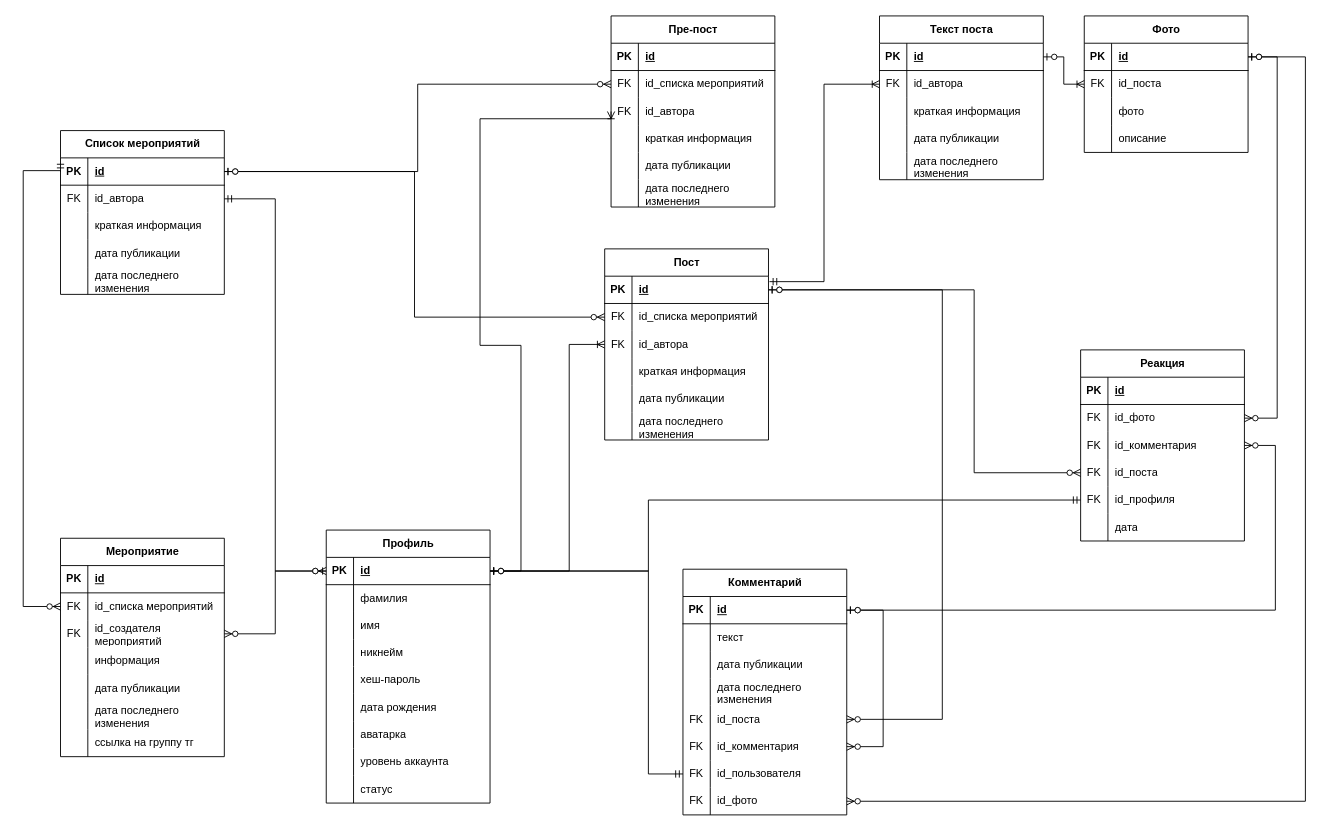
This is База данных.drawio from Twinsiller/-, a draw.io file, before an edit. Source tidied: cells renumbered, new cells numbered last; positions are measured from the earlier drawing's top-left corner, leaving out a move shared by most shapes. Both pictures are drawn from the tidied source at 91%, with x=0, y=0 at pixel (23, 15).
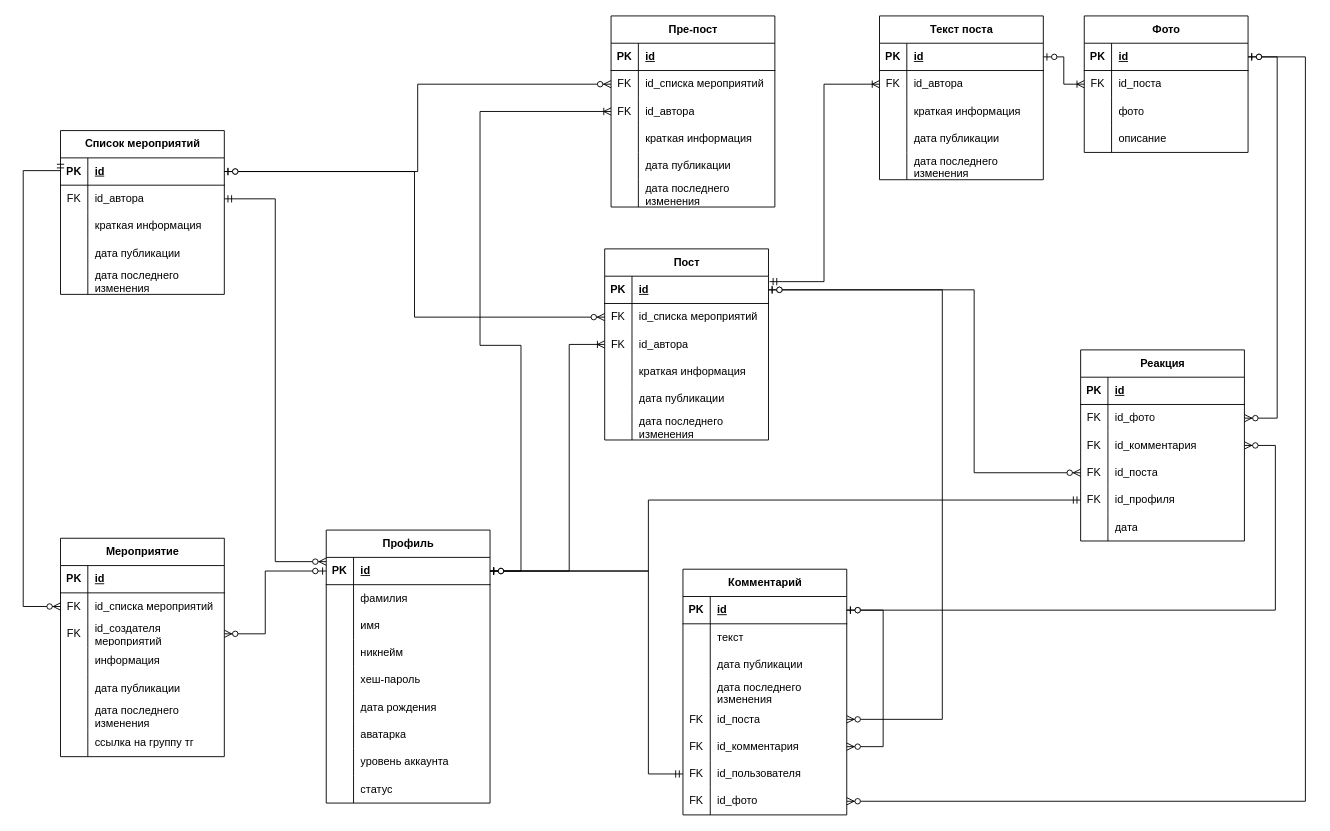
The same diagram, later.

The change refers to these unchanged cells:
```xml
<mxCell id="3" style="shape=tableRow;horizontal=0;startSize=0;swimlaneHead=0;swimlaneBody=0;fillColor=none;points=[[0,0.5],[1,0.5]];portConstraint=eastwest;top=0;left=0;right=0;bottom=1;labelBackgroundColor=none;" parent="2" vertex="1">
  <mxGeometry y="30" width="180" height="30" as="geometry" />
</mxCell>
<mxCell id="139" style="shape=tableRow;horizontal=0;startSize=0;swimlaneHead=0;swimlaneBody=0;fillColor=none;points=[[0,0.5],[1,0.5]];portConstraint=eastwest;top=0;left=0;right=0;bottom=0;labelBackgroundColor=none;" parent="132" vertex="1">
  <mxGeometry y="90" width="180" height="30" as="geometry" />
</mxCell>
<mxCell id="158" style="shape=tableRow;horizontal=0;startSize=0;swimlaneHead=0;swimlaneBody=0;fillColor=none;points=[[0,0.5],[1,0.5]];portConstraint=eastwest;top=0;left=0;right=0;bottom=0;labelBackgroundColor=none;" parent="151" vertex="1">
  <mxGeometry y="90" width="180" height="30" as="geometry" />
</mxCell>
<mxCell id="180" style="shape=tableRow;horizontal=0;startSize=0;swimlaneHead=0;swimlaneBody=0;fillColor=none;points=[[0,0.5],[1,0.5]];portConstraint=eastwest;top=0;left=0;right=0;bottom=0;labelBackgroundColor=none;" parent="176" vertex="1">
  <mxGeometry y="60" width="180" height="30" as="geometry" />
</mxCell>
```

Diff of the diagram source:
```diff
@@
     <mxCell id="173" style="fontSize=12;html=1;endArrow=ERzeroToMany;startArrow=ERzeroToOne;rounded=0;exitX=0;exitY=0.5;exitDx=0;exitDy=0;entryX=1;entryY=0.5;entryDx=0;entryDy=0;edgeStyle=orthogonalEdgeStyle;" parent="1" edge="1" source="3" target="158">
-      <mxGeometry relative="1" as="geometry" />
+      <mxGeometry relative="1" as="geometry">
+        <Array as="points">
+          <mxPoint x="266" y="610" />
+          <mxPoint x="266" y="679" />
+        </Array>
+      </mxGeometry>
     </mxCell>
@@
     <mxCell id="175" style="fontSize=12;html=1;endArrow=ERoneToMany;startArrow=ERzeroToOne;rounded=0;entryX=0;entryY=0.5;entryDx=0;entryDy=0;exitX=1;exitY=0.5;exitDx=0;exitDy=0;edgeStyle=orthogonalEdgeStyle;" parent="1" edge="1" source="3" target="139">
       <mxGeometry relative="1" as="geometry">
         <Array as="points">
           <mxPoint x="547" y="610" />
           <mxPoint x="547" y="362" />
           <mxPoint x="502" y="362" />
-          <mxPoint x="502" y="113" />
+          <mxPoint x="502" y="105" />
         </Array>
       </mxGeometry>
     </mxCell>
@@
-    <mxCell id="195" style="fontSize=12;html=1;endArrow=ERzeroToMany;startArrow=ERmandOne;rounded=0;exitX=1;exitY=0.5;exitDx=0;exitDy=0;entryX=0;entryY=0.5;entryDx=0;entryDy=0;edgeStyle=orthogonalEdgeStyle;" parent="1" edge="1" source="180" target="3">
+    <mxCell id="195" style="fontSize=12;html=1;endArrow=ERzeroToMany;startArrow=ERmandOne;rounded=0;exitX=1;exitY=0.5;exitDx=0;exitDy=0;edgeStyle=orthogonalEdgeStyle;entryX=0;entryY=0.156;entryDx=0;entryDy=0;entryPerimeter=0;" parent="1" edge="1" source="180" target="3">
       <mxGeometry relative="1" as="geometry" />
     </mxCell>
```
